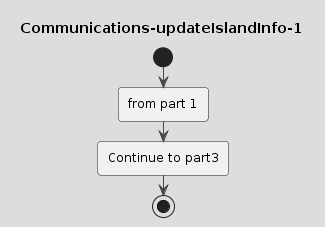
Earlier version of the PlantUML export drawings/Communications-updateIslandInfo-1.png (coding-to-music/plantuml-diagram-examples).
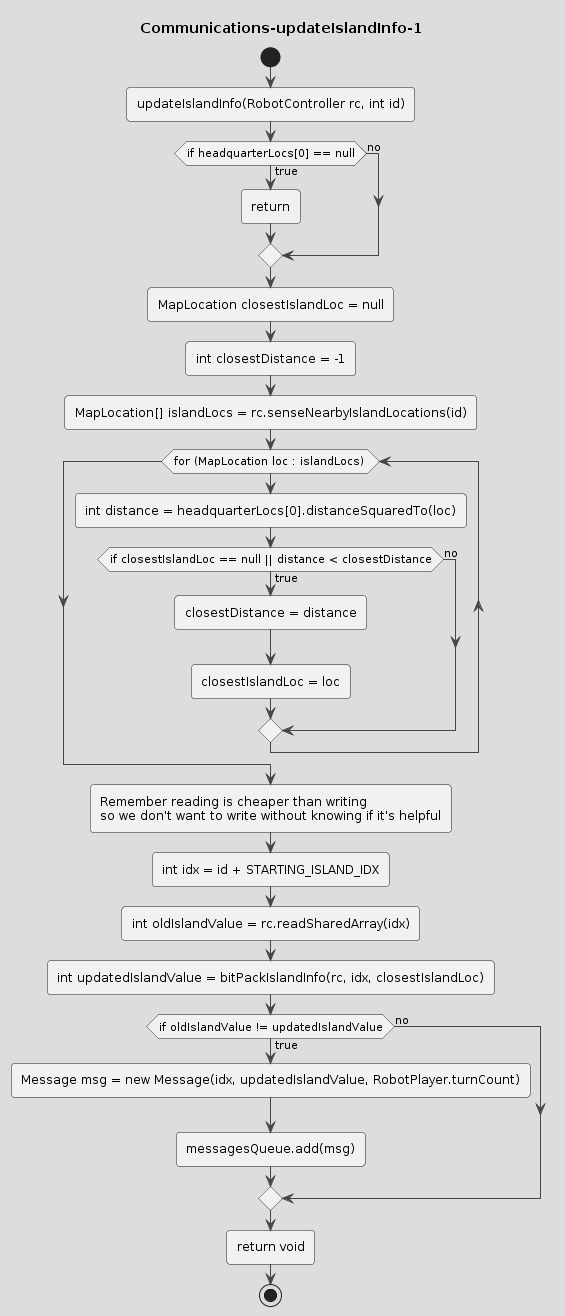
After the commit.

What changed in the source:
```diff
@@ -3,13 +3,37 @@
 title Communications-updateIslandInfo-1
 start
 
-:from part 1;
 
 
+:updateIslandInfo(RobotController rc, int id);
+if (if headquarterLocs[0] == null) then (true)
+    :return;
+else (no)
+endif
 
 
+:MapLocation closestIslandLoc = null;
+:int closestDistance = -1;
+:MapLocation[] islandLocs = rc.senseNearbyIslandLocations(id);
+while (for (MapLocation loc : islandLocs) )
+    :int distance = headquarterLocs[0].distanceSquaredTo(loc);
+    if (if closestIslandLoc == null || distance < closestDistance) then (true)
+        :closestDistance = distance;
+        :closestIslandLoc = loc;
+    else (no)
+    endif
+endwhile
 
+:Remember reading is cheaper than writing \nso we don't want to write without knowing if it's helpful;
+:int idx = id + STARTING_ISLAND_IDX;
+:int oldIslandValue = rc.readSharedArray(idx);
+:int updatedIslandValue = bitPackIslandInfo(rc, idx, closestIslandLoc);
+if (if oldIslandValue != updatedIslandValue) then (true)
+    :Message msg = new Message(idx, updatedIslandValue, RobotPlayer.turnCount);
+    :messagesQueue.add(msg);
+else (no)
+endif
 
-:Continue to part3;
+:return void;
 stop
 @enduml
```
